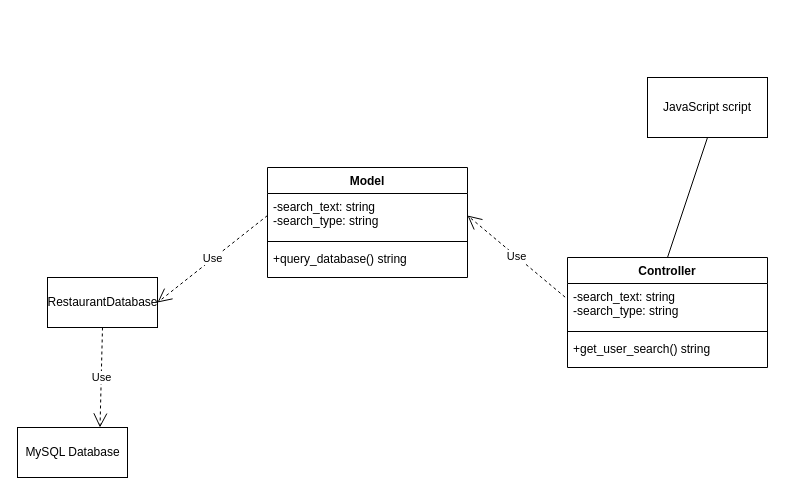
Before: Documentation/RestaurantSearchClassDiagram.drawio in jxs5476/Penn-State-Food-Locator, a draw.io diagram. Source tidied: cells renumbered, new cells numbered last; positions are measured from the earlier drawing's top-left corner, leaving out a move shared by most shapes. Both pictures are drawn from the tidied source at 100%, with x=0, y=0 at pixel (17, 77).
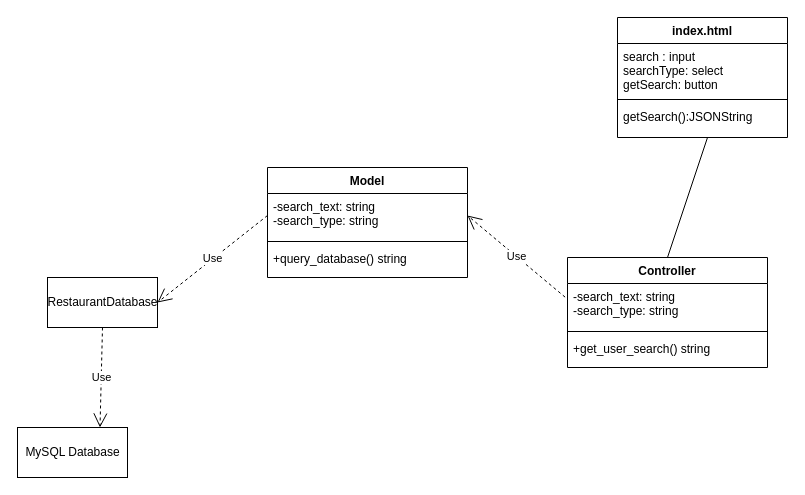
The same page after the edit.

Unchanged cells that the change refers to:
```xml
<mxCell id="2" value="Controller" style="swimlane;fontStyle=1;align=center;verticalAlign=top;horizontal=1;startSize=26;" parent="1" vertex="1">
  <mxGeometry x="550" y="180" width="200" height="110" as="geometry" />
</mxCell>
```

What changed in the source:
```diff
@@
-    <mxCell id="9" value="JavaScript script" style="rounded=0;whiteSpace=wrap;html=1;" parent="1" vertex="1">
-      <mxGeometry x="630" width="120" height="60" as="geometry" />
-    </mxCell>
@@
-    <mxCell id="16" style="endArrow=none;html=1;entryX=0.5;entryY=1;entryDx=0;entryDy=0;exitX=0.5;exitY=0;exitDx=0;exitDy=0;" parent="1" edge="1" source="2" target="9">
-      <mxGeometry relative="1" as="geometry" />
+    <mxCell id="16" style="endArrow=none;html=1;entryX=0.5;entryY=1;entryDx=0;entryDy=0;exitX=0.5;exitY=0;exitDx=0;exitDy=0;" parent="1" edge="1" source="2">
+      <mxGeometry relative="1" as="geometry">
+        <mxPoint x="690" y="60" as="targetPoint" />
+      </mxGeometry>
     </mxCell>
+    <mxCell id="17" value="index.html" style="swimlane;fontStyle=1;align=center;verticalAlign=top;horizontal=1;startSize=26;" parent="1" vertex="1">
+      <mxGeometry x="600" y="-60" width="170" height="120" as="geometry" />
+    </mxCell>
+    <mxCell id="18" value="search : input&#10;searchType: select&#10;getSearch: button" style="text;strokeColor=none;fillColor=none;align=left;verticalAlign=top;spacingLeft=4;spacingRight=4;overflow=hidden;" parent="17" vertex="1">
+      <mxGeometry y="26" width="170" height="52" as="geometry" />
+    </mxCell>
+    <mxCell id="19" style="line;strokeWidth=1;fillColor=none;align=left;verticalAlign=middle;spacingTop=-1;spacingLeft=3;spacingRight=3;labelPosition=right;" parent="17" vertex="1">
+      <mxGeometry y="78" width="170" height="8" as="geometry" />
+    </mxCell>
+    <mxCell id="20" value="getSearch():JSONString" style="text;strokeColor=none;fillColor=none;align=left;verticalAlign=top;spacingLeft=4;spacingRight=4;overflow=hidden;" parent="17" vertex="1">
+      <mxGeometry y="86" width="170" height="34" as="geometry" />
+    </mxCell>
```
